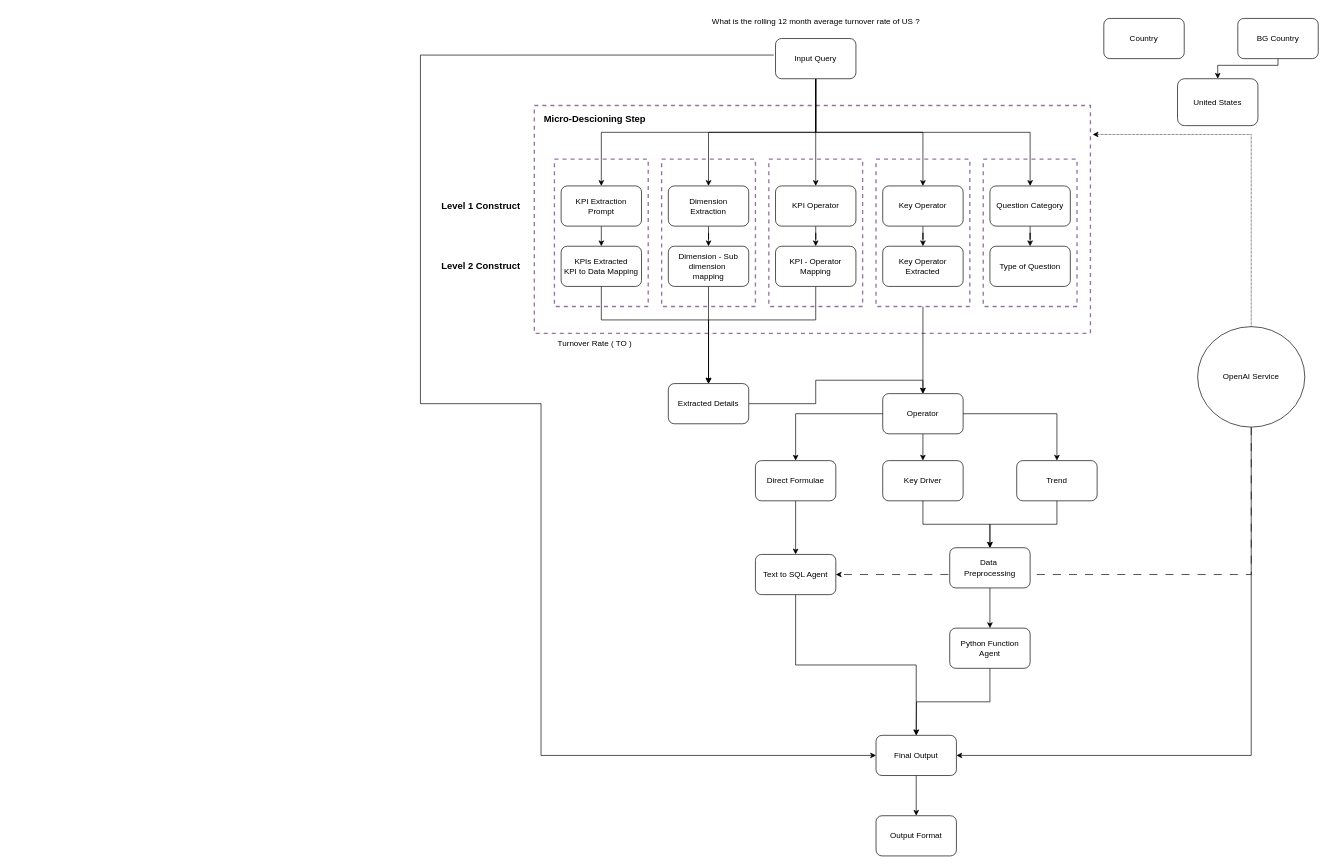
Earlier version of the draw.io diagram page "Complete" (1 of 3) of Flow 1 - Complete workflow.drawio (NeyoxDrago/Flow-Diagrams). Source tidied: cells renumbered, new cells numbered last; positions are measured from the earlier drawing's top-left corner, leaving out a move shared by most shapes. Both pictures are drawn from the tidied source at 67%, with x=0, y=0 at pixel (420, 11).
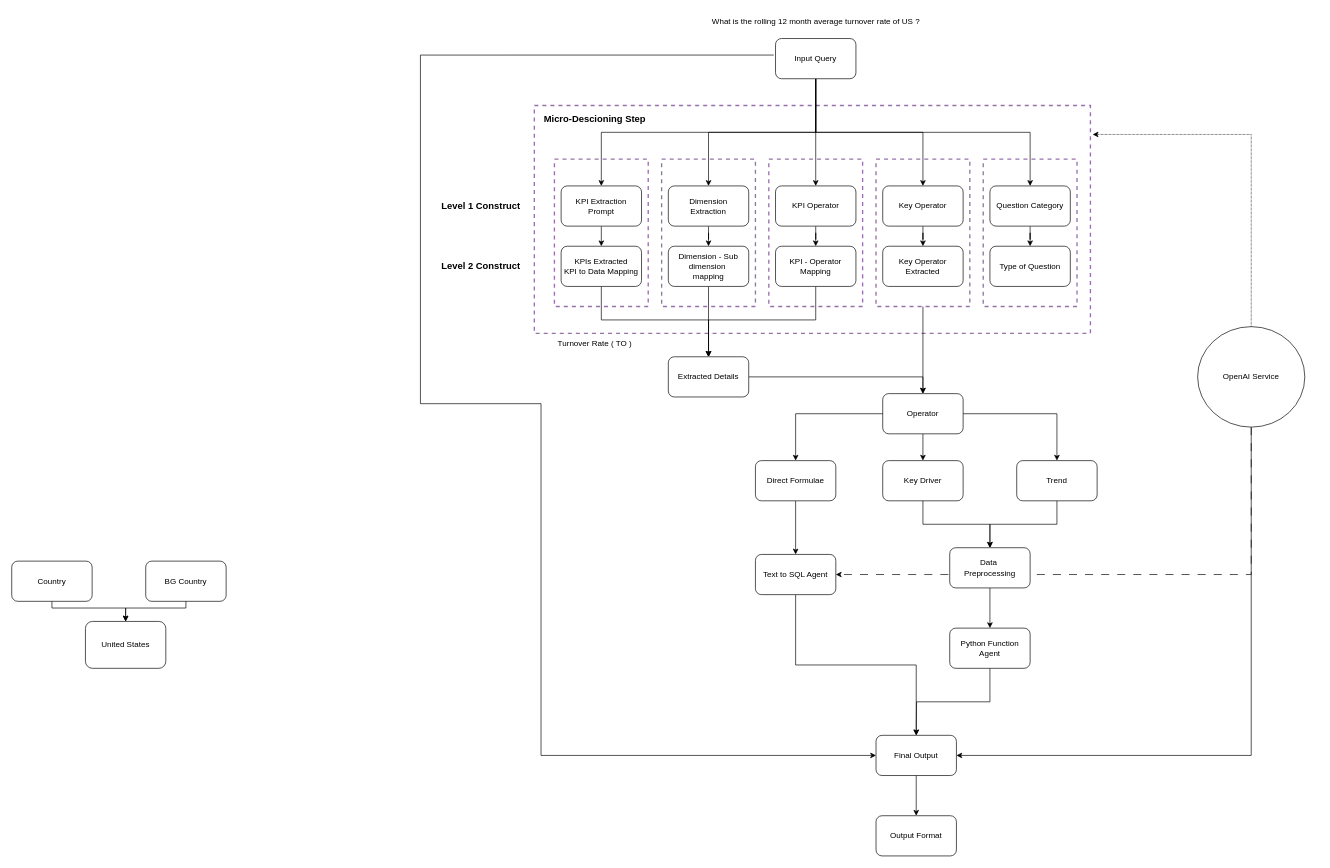
Above is the later version.

Diff of the diagram source:
```diff
@@
     <mxCell id="36" value="Extracted Details" style="rounded=1;whiteSpace=wrap;html=1;" parent="1" vertex="1">
-      <mxGeometry x="370" y="555" width="120" height="60" as="geometry" />
+      <mxGeometry x="370" y="515" width="120" height="60" as="geometry" />
     </mxCell>
@@
+    <mxCell id="68" style="edgeStyle=orthogonalEdgeStyle;rounded=0;jettySize=auto;html=1;exitX=0.5;exitY=1;exitDx=0;exitDy=0;entryX=0.5;entryY=0;entryDx=0;entryDy=0;" parent="1" edge="1" source="64" target="67">
+      <mxGeometry relative="1" as="geometry">
+        <Array as="points">
+          <mxPoint x="-550" y="890" />
+          <mxPoint x="-440" y="890" />
+        </Array>
+      </mxGeometry>
+    </mxCell>
     <mxCell id="64" value="Country" style="rounded=1;whiteSpace=wrap;html=1;strokeColor=default;shadow=0;strokeWidth=1;" parent="1" vertex="1">
-      <mxGeometry x="1020" y="10" width="120" height="60" as="geometry" />
+      <mxGeometry x="-610" y="820" width="120" height="60" as="geometry" />
     </mxCell>
     <mxCell id="65" value="BG Country" style="rounded=1;whiteSpace=wrap;html=1;strokeColor=default;shadow=0;strokeWidth=1;" parent="1" vertex="1">
-      <mxGeometry x="1220" y="10" width="120" height="60" as="geometry" />
+      <mxGeometry x="-410" y="820" width="120" height="60" as="geometry" />
     </mxCell>
     <mxCell id="66" style="edgeStyle=orthogonalEdgeStyle;rounded=0;jettySize=auto;html=1;exitX=0.5;exitY=1;exitDx=0;exitDy=0;entryX=0.5;entryY=0;entryDx=0;entryDy=0;" parent="1" edge="1" source="65" target="67">
       <mxGeometry relative="1" as="geometry">
         <Array as="points">
-          <mxPoint x="1280" y="80" />
-          <mxPoint x="1190" y="80" />
+          <mxPoint x="-350" y="890" />
+          <mxPoint x="-440" y="890" />
         </Array>
       </mxGeometry>
     </mxCell>
     <mxCell id="67" value="United States" style="rounded=1;whiteSpace=wrap;html=1;strokeColor=default;shadow=0;strokeWidth=1;" parent="1" vertex="1">
-      <mxGeometry x="1130" y="100" width="120" height="70" as="geometry" />
+      <mxGeometry x="-500" y="910" width="120" height="70" as="geometry" />
     </mxCell>
```
